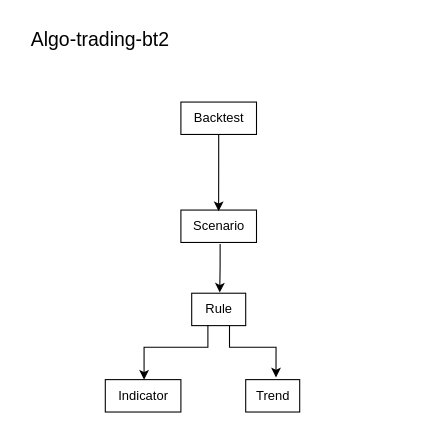
tker-78/algo-trading-bt2 keeps this draw.io diagram as design.drawio. Above is the earlier version. Source tidied: cells renumbered, new cells numbered last; positions are measured from the earlier drawing's top-left corner, leaving out a move shared by most shapes. Both pictures are drawn from the tidied source at 108%, with x=0, y=0 at pixel (18, 18).
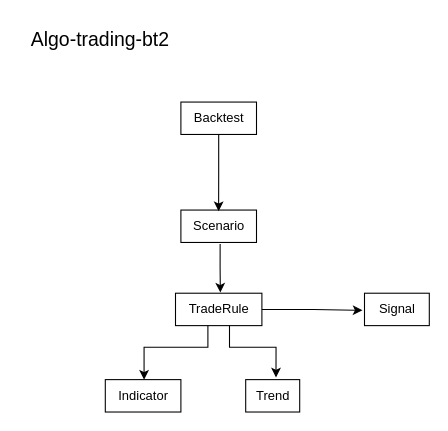
Above is the later version.

The edit, as a diff of the source:
```diff
@@
 <mxGraphModel>
   <root>
     <mxCell id="0" />
     <mxCell id="1" parent="0" />
     <mxCell id="2" value="Algo-trading-bt2" style="text;html=1;align=center;verticalAlign=middle;strokeColor=none;fillColor=none;fontSize=18;" parent="1" vertex="1">
       <mxGeometry width="150" height="40" as="geometry" />
     </mxCell>
-    <mxCell id="3" value="Rule" style="text;html=1;align=center;verticalAlign=middle;points=[];strokeColor=default;fillColor=none;" parent="1" vertex="1">
-      <mxGeometry x="160" y="254" width="50" height="30" as="geometry" />
+    <mxCell id="3" value="TradeRule" style="text;html=1;align=center;verticalAlign=middle;points=[];strokeColor=default;fillColor=none;" parent="1" vertex="1">
+      <mxGeometry x="145" y="254" width="80" height="30" as="geometry" />
     </mxCell>
     <mxCell id="4" value="Indicator" style="text;html=1;align=center;verticalAlign=middle;points=[];strokeColor=default;fillColor=none;" parent="1" vertex="1">
       <mxGeometry x="80" y="334" width="70" height="30" as="geometry" />
     </mxCell>
     <mxCell id="5" value="Scenario" style="text;html=1;align=center;verticalAlign=middle;points=[];strokeColor=default;fillColor=none;" parent="1" vertex="1">
       <mxGeometry x="150" y="177" width="70" height="30" as="geometry" />
     </mxCell>
     <mxCell id="6" style="edgeStyle=orthogonalEdgeStyle;rounded=0;jettySize=auto;html=1;entryX=0.519;entryY=-0.02;entryDx=0;entryDy=0;entryPerimeter=0;exitX=0.519;exitY=1.047;exitDx=0;exitDy=0;exitPerimeter=0;" parent="1" edge="1" source="5" target="3">
       <mxGeometry relative="1" as="geometry" />
     </mxCell>
     <mxCell id="7" style="edgeStyle=orthogonalEdgeStyle;rounded=0;jettySize=auto;html=1;entryX=0.513;entryY=0.003;entryDx=0;entryDy=0;entryPerimeter=0;" parent="1" edge="1" source="3" target="4">
       <mxGeometry relative="1" as="geometry">
         <Array as="points">
           <mxPoint x="175" y="304" />
           <mxPoint x="115" y="304" />
           <mxPoint x="115" y="334" />
         </Array>
       </mxGeometry>
     </mxCell>
     <mxCell id="8" value="Trend" style="text;html=1;align=center;verticalAlign=middle;points=[];strokeColor=default;fillColor=none;" parent="1" vertex="1">
       <mxGeometry x="210" y="334" width="50" height="30" as="geometry" />
     </mxCell>
     <mxCell id="9" style="edgeStyle=orthogonalEdgeStyle;rounded=0;jettySize=auto;html=1;entryX=0.561;entryY=-0.066;entryDx=0;entryDy=0;entryPerimeter=0;" parent="1" edge="1" source="3" target="8">
       <mxGeometry relative="1" as="geometry">
         <Array as="points">
           <mxPoint x="195" y="304" />
           <mxPoint x="238" y="304" />
         </Array>
       </mxGeometry>
     </mxCell>
     <mxCell id="10" value="Backtest" style="text;html=1;align=center;verticalAlign=middle;points=[];strokeColor=default;fillColor=none;" parent="1" vertex="1">
       <mxGeometry x="150" y="77" width="70" height="30" as="geometry" />
     </mxCell>
     <mxCell id="11" style="edgeStyle=orthogonalEdgeStyle;rounded=0;jettySize=auto;html=1;entryX=0.499;entryY=0.036;entryDx=0;entryDy=0;entryPerimeter=0;" parent="1" edge="1" source="10" target="5">
       <mxGeometry relative="1" as="geometry" />
     </mxCell>
+    <mxCell id="12" value="Signal" style="text;html=1;align=center;verticalAlign=middle;points=[];strokeColor=default;fillColor=none;" parent="1" vertex="1">
+      <mxGeometry x="320" y="254" width="60" height="30" as="geometry" />
+    </mxCell>
+    <mxCell id="13" style="edgeStyle=orthogonalEdgeStyle;rounded=0;jettySize=auto;html=1;entryX=-0.031;entryY=0.528;entryDx=0;entryDy=0;entryPerimeter=0;" parent="1" edge="1" source="3" target="12">
+      <mxGeometry relative="1" as="geometry" />
+    </mxCell>
   </root>
 </mxGraphModel>
```
